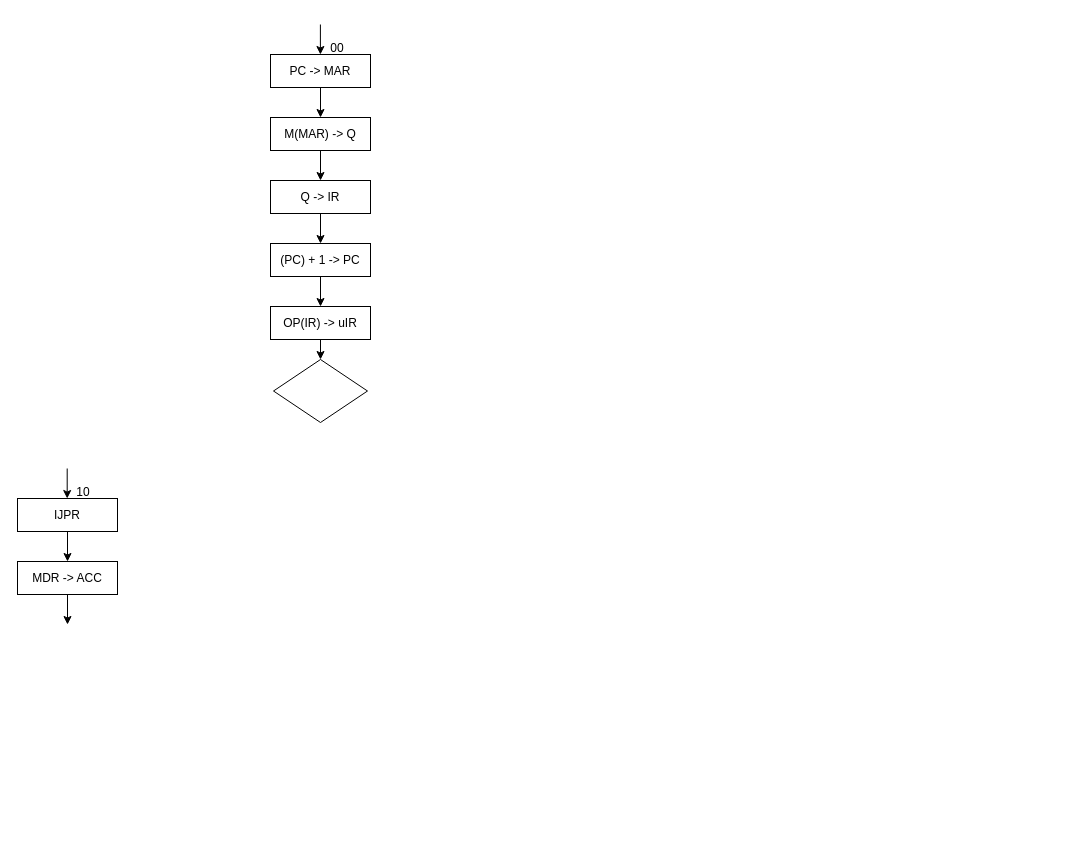
This is toHandOn/微程序流程图.drawio from ShiaoYoung/Computer_Composition_Experiment, a draw.io file, before an edit. Source tidied: cells renumbered, new cells numbered last; positions are measured from the earlier drawing's top-left corner, leaving out a move shared by most shapes. Both pictures are drawn from the tidied source at 100%, with x=0, y=0 at pixel (17, 24).
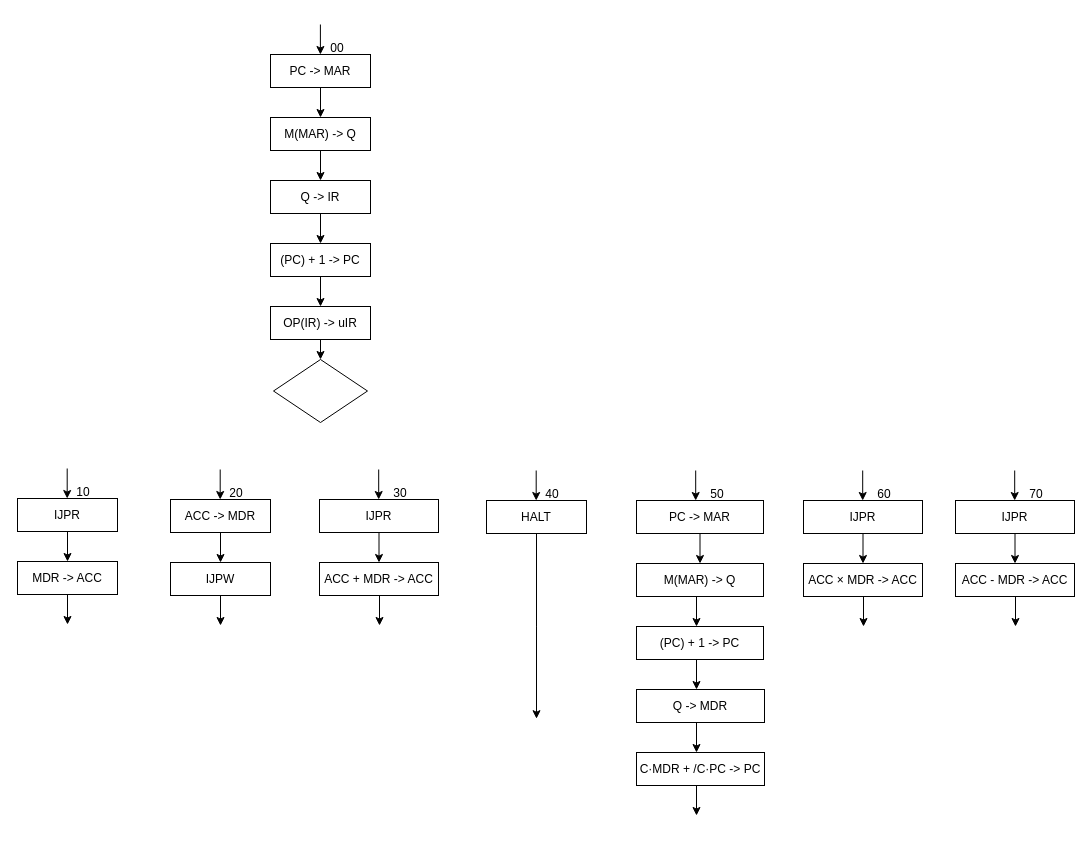
After the change.

Commit message (it also covers changes not shown here):
更新微程序流程图.drawio

What changed in the source:
```diff
@@
+    <mxCell id="21" style="edgeStyle=orthogonalEdgeStyle;rounded=0;jettySize=auto;html=1;exitX=0.5;exitY=1;exitDx=0;exitDy=0;entryX=0.5;entryY=0;entryDx=0;entryDy=0;" parent="1" edge="1" source="22" target="24">
+      <mxGeometry relative="1" as="geometry" />
+    </mxCell>
+    <mxCell id="22" value="ACC -&amp;gt; MDR" style="rounded=0;whiteSpace=wrap;html=1;" parent="1" vertex="1">
+      <mxGeometry x="153" y="475" width="100" height="33" as="geometry" />
+    </mxCell>
+    <mxCell id="23" style="edgeStyle=orthogonalEdgeStyle;rounded=0;jettySize=auto;html=1;exitX=0.5;exitY=1;exitDx=0;exitDy=0;entryX=0.5;entryY=0;entryDx=0;entryDy=0;" parent="1" edge="1" source="24">
+      <mxGeometry relative="1" as="geometry">
+        <mxPoint x="203" y="601" as="targetPoint" />
+      </mxGeometry>
+    </mxCell>
+    <mxCell id="24" value="IJPW" style="rounded=0;whiteSpace=wrap;html=1;" parent="1" vertex="1">
+      <mxGeometry x="153" y="538" width="100" height="33" as="geometry" />
+    </mxCell>
+    <mxCell id="25" value="20" style="text;html=1;align=center;verticalAlign=middle;whiteSpace=wrap;rounded=0;" parent="1" vertex="1">
+      <mxGeometry x="189" y="454" width="60" height="30" as="geometry" />
+    </mxCell>
+    <mxCell id="26" style="edgeStyle=orthogonalEdgeStyle;rounded=0;orthogonalLoop=1;jettySize=auto;html=1;exitX=0.5;exitY=1;exitDx=0;exitDy=0;entryX=0.5;entryY=0;entryDx=0;entryDy=0;" parent="1" edge="1">
+      <mxGeometry relative="1" as="geometry">
+        <mxPoint x="202.7" y="445" as="sourcePoint" />
+        <mxPoint x="202.7" y="475" as="targetPoint" />
+      </mxGeometry>
+    </mxCell>
+    <mxCell id="27" style="edgeStyle=orthogonalEdgeStyle;rounded=0;jettySize=auto;html=1;exitX=0.5;exitY=1;exitDx=0;exitDy=0;entryX=0.5;entryY=0;entryDx=0;entryDy=0;" parent="1" edge="1" source="28" target="30">
+      <mxGeometry relative="1" as="geometry" />
+    </mxCell>
+    <mxCell id="28" value="IJPR" style="rounded=0;whiteSpace=wrap;html=1;" parent="1" vertex="1">
+      <mxGeometry x="302" y="475" width="119" height="33" as="geometry" />
+    </mxCell>
+    <mxCell id="29" style="edgeStyle=orthogonalEdgeStyle;rounded=0;orthogonalLoop=1;jettySize=auto;html=1;exitX=0.5;exitY=1;exitDx=0;exitDy=0;entryX=0.5;entryY=0;entryDx=0;entryDy=0;" parent="1" edge="1">
+      <mxGeometry relative="1" as="geometry">
+        <mxPoint x="371.5" y="571" as="sourcePoint" />
+        <mxPoint x="362" y="601" as="targetPoint" />
+      </mxGeometry>
+    </mxCell>
+    <mxCell id="30" value="ACC + MDR -&amp;gt; ACC" style="rounded=0;whiteSpace=wrap;html=1;" parent="1" vertex="1">
+      <mxGeometry x="302" y="538" width="119" height="33" as="geometry" />
+    </mxCell>
+    <mxCell id="31" value="30" style="text;html=1;align=center;verticalAlign=middle;whiteSpace=wrap;rounded=0;" parent="1" vertex="1">
+      <mxGeometry x="353" y="454" width="60" height="30" as="geometry" />
+    </mxCell>
+    <mxCell id="32" style="edgeStyle=orthogonalEdgeStyle;rounded=0;orthogonalLoop=1;jettySize=auto;html=1;exitX=0.5;exitY=1;exitDx=0;exitDy=0;entryX=0.5;entryY=0;entryDx=0;entryDy=0;" parent="1" edge="1">
+      <mxGeometry relative="1" as="geometry">
+        <mxPoint x="361.2" y="445" as="sourcePoint" />
+        <mxPoint x="361.2" y="475" as="targetPoint" />
+      </mxGeometry>
+    </mxCell>
+    <mxCell id="33" style="edgeStyle=orthogonalEdgeStyle;rounded=0;jettySize=auto;html=1;exitX=0.5;exitY=1;exitDx=0;exitDy=0;" parent="1" edge="1" source="34">
+      <mxGeometry relative="1" as="geometry">
+        <mxPoint x="519" y="694.2" as="targetPoint" />
+      </mxGeometry>
+    </mxCell>
+    <mxCell id="34" value="HALT" style="rounded=0;whiteSpace=wrap;html=1;" parent="1" vertex="1">
+      <mxGeometry x="469" y="476" width="100" height="33" as="geometry" />
+    </mxCell>
+    <mxCell id="35" value="40" style="text;html=1;align=center;verticalAlign=middle;whiteSpace=wrap;rounded=0;" parent="1" vertex="1">
+      <mxGeometry x="505" y="455" width="60" height="30" as="geometry" />
+    </mxCell>
+    <mxCell id="36" style="edgeStyle=orthogonalEdgeStyle;rounded=0;orthogonalLoop=1;jettySize=auto;html=1;exitX=0.5;exitY=1;exitDx=0;exitDy=0;entryX=0.5;entryY=0;entryDx=0;entryDy=0;" parent="1" edge="1">
+      <mxGeometry relative="1" as="geometry">
+        <mxPoint x="518.7" y="446" as="sourcePoint" />
+        <mxPoint x="518.7" y="476" as="targetPoint" />
+      </mxGeometry>
+    </mxCell>
+    <mxCell id="37" style="edgeStyle=orthogonalEdgeStyle;rounded=0;jettySize=auto;html=1;exitX=0.5;exitY=1;exitDx=0;exitDy=0;entryX=0.5;entryY=0;entryDx=0;entryDy=0;" parent="1" edge="1" source="38" target="40">
+      <mxGeometry relative="1" as="geometry" />
+    </mxCell>
+    <mxCell id="38" value="PC -&amp;gt; MAR" style="rounded=0;whiteSpace=wrap;html=1;" parent="1" vertex="1">
+      <mxGeometry x="619" y="476" width="127" height="33" as="geometry" />
+    </mxCell>
+    <mxCell id="39" style="edgeStyle=orthogonalEdgeStyle;rounded=0;orthogonalLoop=1;jettySize=auto;html=1;exitX=0.5;exitY=1;exitDx=0;exitDy=0;entryX=0.5;entryY=0;entryDx=0;entryDy=0;" parent="1" edge="1">
+      <mxGeometry relative="1" as="geometry">
+        <mxPoint x="688.5" y="572" as="sourcePoint" />
+        <mxPoint x="679" y="602" as="targetPoint" />
+      </mxGeometry>
+    </mxCell>
+    <mxCell id="40" value="M(MAR) -&amp;gt; Q" style="rounded=0;whiteSpace=wrap;html=1;" parent="1" vertex="1">
+      <mxGeometry x="619" y="539" width="127" height="33" as="geometry" />
+    </mxCell>
+    <mxCell id="41" value="50" style="text;html=1;align=center;verticalAlign=middle;whiteSpace=wrap;rounded=0;" parent="1" vertex="1">
+      <mxGeometry x="670" y="455" width="60" height="30" as="geometry" />
+    </mxCell>
+    <mxCell id="42" style="edgeStyle=orthogonalEdgeStyle;rounded=0;orthogonalLoop=1;jettySize=auto;html=1;exitX=0.5;exitY=1;exitDx=0;exitDy=0;entryX=0.5;entryY=0;entryDx=0;entryDy=0;" parent="1" edge="1">
+      <mxGeometry relative="1" as="geometry">
+        <mxPoint x="678.2" y="446" as="sourcePoint" />
+        <mxPoint x="678.2" y="476" as="targetPoint" />
+      </mxGeometry>
+    </mxCell>
+    <mxCell id="43" style="edgeStyle=orthogonalEdgeStyle;rounded=0;orthogonalLoop=1;jettySize=auto;html=1;exitX=0.5;exitY=1;exitDx=0;exitDy=0;entryX=0.5;entryY=0;entryDx=0;entryDy=0;" parent="1" edge="1">
+      <mxGeometry relative="1" as="geometry">
+        <mxPoint x="688.5" y="635" as="sourcePoint" />
+        <mxPoint x="679" y="665" as="targetPoint" />
+      </mxGeometry>
+    </mxCell>
+    <mxCell id="44" value="(PC) + 1 -&amp;gt; PC" style="rounded=0;whiteSpace=wrap;html=1;" parent="1" vertex="1">
+      <mxGeometry x="619" y="602" width="127" height="33" as="geometry" />
+    </mxCell>
+    <mxCell id="45" style="edgeStyle=orthogonalEdgeStyle;rounded=0;orthogonalLoop=1;jettySize=auto;html=1;exitX=0.5;exitY=1;exitDx=0;exitDy=0;entryX=0.5;entryY=0;entryDx=0;entryDy=0;" parent="1" edge="1">
+      <mxGeometry relative="1" as="geometry">
+        <mxPoint x="688.5" y="698" as="sourcePoint" />
+        <mxPoint x="679" y="728" as="targetPoint" />
+      </mxGeometry>
+    </mxCell>
+    <mxCell id="46" value="Q -&amp;gt; MDR" style="rounded=0;whiteSpace=wrap;html=1;" parent="1" vertex="1">
+      <mxGeometry x="619" y="665" width="128" height="33" as="geometry" />
+    </mxCell>
+    <mxCell id="47" style="edgeStyle=orthogonalEdgeStyle;rounded=0;orthogonalLoop=1;jettySize=auto;html=1;exitX=0.5;exitY=1;exitDx=0;exitDy=0;entryX=0.5;entryY=0;entryDx=0;entryDy=0;" parent="1" edge="1">
+      <mxGeometry relative="1" as="geometry">
+        <mxPoint x="688.5" y="761" as="sourcePoint" />
+        <mxPoint x="679" y="791" as="targetPoint" />
+      </mxGeometry>
+    </mxCell>
+    <mxCell id="48" value="C·MDR + /C·PC -&amp;gt; PC" style="rounded=0;whiteSpace=wrap;html=1;" parent="1" vertex="1">
+      <mxGeometry x="619" y="728" width="128" height="33" as="geometry" />
+    </mxCell>
+    <mxCell id="49" style="edgeStyle=orthogonalEdgeStyle;rounded=0;jettySize=auto;html=1;exitX=0.5;exitY=1;exitDx=0;exitDy=0;entryX=0.5;entryY=0;entryDx=0;entryDy=0;" parent="1" edge="1" source="50" target="52">
+      <mxGeometry relative="1" as="geometry" />
+    </mxCell>
+    <mxCell id="50" value="IJPR" style="rounded=0;whiteSpace=wrap;html=1;" parent="1" vertex="1">
+      <mxGeometry x="786" y="476" width="119" height="33" as="geometry" />
+    </mxCell>
+    <mxCell id="51" style="edgeStyle=orthogonalEdgeStyle;rounded=0;orthogonalLoop=1;jettySize=auto;html=1;exitX=0.5;exitY=1;exitDx=0;exitDy=0;entryX=0.5;entryY=0;entryDx=0;entryDy=0;" parent="1" edge="1">
+      <mxGeometry relative="1" as="geometry">
+        <mxPoint x="855.5" y="572" as="sourcePoint" />
+        <mxPoint x="846" y="602" as="targetPoint" />
+      </mxGeometry>
+    </mxCell>
+    <mxCell id="52" value="ACC × MDR -&amp;gt; ACC" style="rounded=0;whiteSpace=wrap;html=1;" parent="1" vertex="1">
+      <mxGeometry x="786" y="539" width="119" height="33" as="geometry" />
+    </mxCell>
+    <mxCell id="53" value="60" style="text;html=1;align=center;verticalAlign=middle;whiteSpace=wrap;rounded=0;" parent="1" vertex="1">
+      <mxGeometry x="837" y="455" width="60" height="30" as="geometry" />
+    </mxCell>
+    <mxCell id="54" style="edgeStyle=orthogonalEdgeStyle;rounded=0;orthogonalLoop=1;jettySize=auto;html=1;exitX=0.5;exitY=1;exitDx=0;exitDy=0;entryX=0.5;entryY=0;entryDx=0;entryDy=0;" parent="1" edge="1">
+      <mxGeometry relative="1" as="geometry">
+        <mxPoint x="845.2" y="446" as="sourcePoint" />
+        <mxPoint x="845.2" y="476" as="targetPoint" />
+      </mxGeometry>
+    </mxCell>
+    <mxCell id="55" style="edgeStyle=orthogonalEdgeStyle;rounded=0;jettySize=auto;html=1;exitX=0.5;exitY=1;exitDx=0;exitDy=0;entryX=0.5;entryY=0;entryDx=0;entryDy=0;" parent="1" edge="1" source="56" target="58">
+      <mxGeometry relative="1" as="geometry" />
+    </mxCell>
+    <mxCell id="56" value="IJPR" style="rounded=0;whiteSpace=wrap;html=1;" parent="1" vertex="1">
+      <mxGeometry x="938" y="476" width="119" height="33" as="geometry" />
+    </mxCell>
+    <mxCell id="57" style="edgeStyle=orthogonalEdgeStyle;rounded=0;orthogonalLoop=1;jettySize=auto;html=1;exitX=0.5;exitY=1;exitDx=0;exitDy=0;entryX=0.5;entryY=0;entryDx=0;entryDy=0;" parent="1" edge="1">
+      <mxGeometry relative="1" as="geometry">
+        <mxPoint x="1007.5" y="572" as="sourcePoint" />
+        <mxPoint x="998" y="602" as="targetPoint" />
+      </mxGeometry>
+    </mxCell>
+    <mxCell id="58" value="ACC - MDR -&amp;gt; ACC" style="rounded=0;whiteSpace=wrap;html=1;" parent="1" vertex="1">
+      <mxGeometry x="938" y="539" width="119" height="33" as="geometry" />
+    </mxCell>
+    <mxCell id="59" value="70" style="text;html=1;align=center;verticalAlign=middle;whiteSpace=wrap;rounded=0;" parent="1" vertex="1">
+      <mxGeometry x="989" y="455" width="60" height="30" as="geometry" />
+    </mxCell>
+    <mxCell id="60" style="edgeStyle=orthogonalEdgeStyle;rounded=0;orthogonalLoop=1;jettySize=auto;html=1;exitX=0.5;exitY=1;exitDx=0;exitDy=0;entryX=0.5;entryY=0;entryDx=0;entryDy=0;" parent="1" edge="1">
+      <mxGeometry relative="1" as="geometry">
+        <mxPoint x="997.2" y="446" as="sourcePoint" />
+        <mxPoint x="997.2" y="476" as="targetPoint" />
+      </mxGeometry>
+    </mxCell>
```
